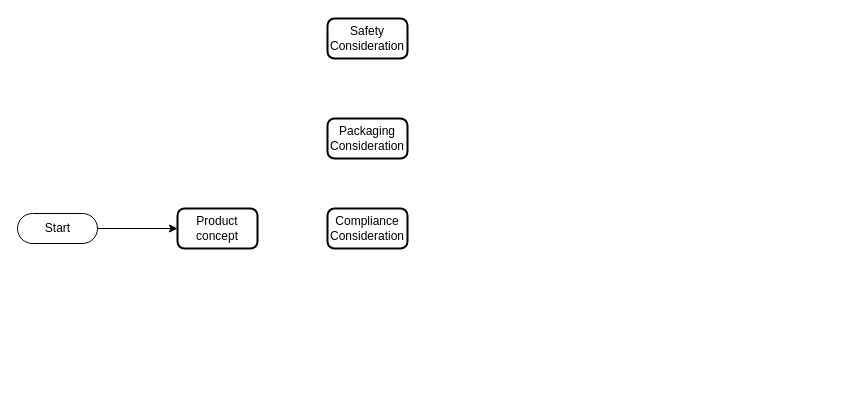
Earlier version of the draw.io diagram page "Page-1" (1 of 2) of Untitled Diagram.drawio (anitakurup/Learning-to-code). Source tidied: cells renumbered, new cells numbered last; positions are measured from the earlier drawing's top-left corner, leaving out a move shared by most shapes. Both pictures are drawn from the tidied source at 100%, with x=0, y=0 at pixel (17, 18).
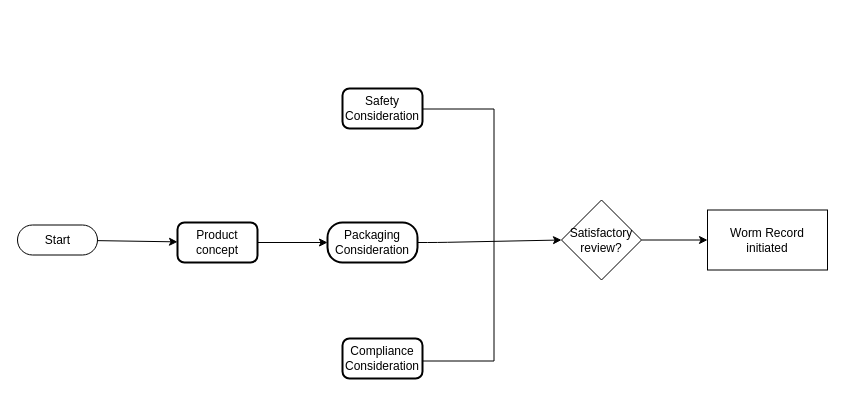
Above is the later version.

Change to the diagram source:
```diff
@@
 <mxGraphModel>
   <root>
     <mxCell id="0" />
     <mxCell id="1" parent="0" />
-    <mxCell id="2" style="edgeStyle=orthogonalEdgeStyle;rounded=0;jettySize=auto;html=1;" parent="1" edge="1" source="3" target="4">
+    <mxCell id="2" style="edgeStyle=none;rounded=0;jettySize=auto;html=1;" parent="1" edge="1" source="3" target="4">
       <mxGeometry relative="1" as="geometry" />
     </mxCell>
     <mxCell id="3" value="Start" style="html=1;dashed=0;whitespace=wrap;shape=mxgraph.dfd.start;" parent="1" vertex="1">
-      <mxGeometry y="195" width="80" height="30" as="geometry" />
+      <mxGeometry y="206.5" width="80" height="30" as="geometry" />
     </mxCell>
+    <mxCell id="8" style="edgeStyle=orthogonalEdgeStyle;rounded=0;jettySize=auto;html=1;" parent="1" edge="1" source="4" target="6">
+      <mxGeometry relative="1" as="geometry" />
+    </mxCell>
     <mxCell id="4" value="Product concept" style="rounded=1;whiteSpace=wrap;html=1;absoluteArcSize=1;arcSize=14;strokeWidth=2;" parent="1" vertex="1">
-      <mxGeometry x="160" y="190" width="80" height="40" as="geometry" />
+      <mxGeometry x="160" y="204" width="80" height="40" as="geometry" />
     </mxCell>
     <mxCell id="5" value="Safety Consideration" style="rounded=1;whiteSpace=wrap;html=1;absoluteArcSize=1;arcSize=14;strokeWidth=2;" parent="1" vertex="1">
-      <mxGeometry x="310" width="80" height="40" as="geometry" />
+      <mxGeometry x="325" y="70" width="80" height="40" as="geometry" />
     </mxCell>
-    <mxCell id="6" value="Packaging Consideration" style="rounded=1;whiteSpace=wrap;html=1;absoluteArcSize=1;arcSize=14;strokeWidth=2;" parent="1" vertex="1">
-      <mxGeometry x="310" y="100" width="80" height="40" as="geometry" />
+    <mxCell id="6" value="Packaging Consideration" style="rounded=1;whiteSpace=wrap;html=1;absoluteArcSize=1;arcSize=30;strokeWidth=2;" parent="1" vertex="1">
+      <mxGeometry x="310" y="204" width="90" height="40" as="geometry" />
     </mxCell>
     <mxCell id="7" value="Compliance Consideration" style="rounded=1;whiteSpace=wrap;html=1;absoluteArcSize=1;arcSize=14;strokeWidth=2;" parent="1" vertex="1">
-      <mxGeometry x="310" y="190" width="80" height="40" as="geometry" />
+      <mxGeometry x="325" y="320" width="80" height="40" as="geometry" />
     </mxCell>
+    <mxCell id="9" style="edgeStyle=none;rounded=0;orthogonalLoop=1;jettySize=auto;html=1;entryX=1;entryY=0.5;entryDx=0;entryDy=0;" parent="1" edge="1" source="6" target="6">
+      <mxGeometry relative="1" as="geometry" />
+    </mxCell>
+    <mxCell id="10" style="shape=partialRectangle;whiteSpace=wrap;html=1;bottom=1;right=1;left=1;top=0;fillColor=none;routingCenterX=-0.5;rotation=-90;" parent="1" vertex="1">
+      <mxGeometry x="315" y="181" width="252" height="71" as="geometry" />
+    </mxCell>
+    <mxCell id="11" style="edgeStyle=none;rounded=0;orthogonalLoop=1;jettySize=auto;html=1;exitX=1;exitY=0.5;exitDx=0;exitDy=0;" parent="1" edge="1" source="10" target="10">
+      <mxGeometry relative="1" as="geometry" />
+    </mxCell>
+    <mxCell id="12" style="edgeStyle=none;rounded=0;jettySize=auto;html=1;" parent="1" edge="1" source="13" target="14">
+      <mxGeometry relative="1" as="geometry" />
+    </mxCell>
+    <mxCell id="13" value="Satisfactory review?" style="rhombus;whiteSpace=wrap;html=1;" parent="1" vertex="1">
+      <mxGeometry x="544" y="181.5" width="80" height="80" as="geometry" />
+    </mxCell>
+    <mxCell id="14" value="Worm Record initiated" style="rounded=0;whiteSpace=wrap;html=1;" parent="1" vertex="1">
+      <mxGeometry x="690" y="191.5" width="120" height="60" as="geometry" />
+    </mxCell>
+    <mxCell id="15" style="endArrow=classic;html=1;entryX=0;entryY=0.5;entryDx=0;entryDy=0;" parent="1" edge="1" target="13">
+      <mxGeometry relative="1" as="geometry">
+        <mxPoint x="400" y="224" as="sourcePoint" />
+        <Array as="points">
+          <mxPoint x="420" y="224" />
+        </Array>
+      </mxGeometry>
+    </mxCell>
   </root>
 </mxGraphModel>
```
